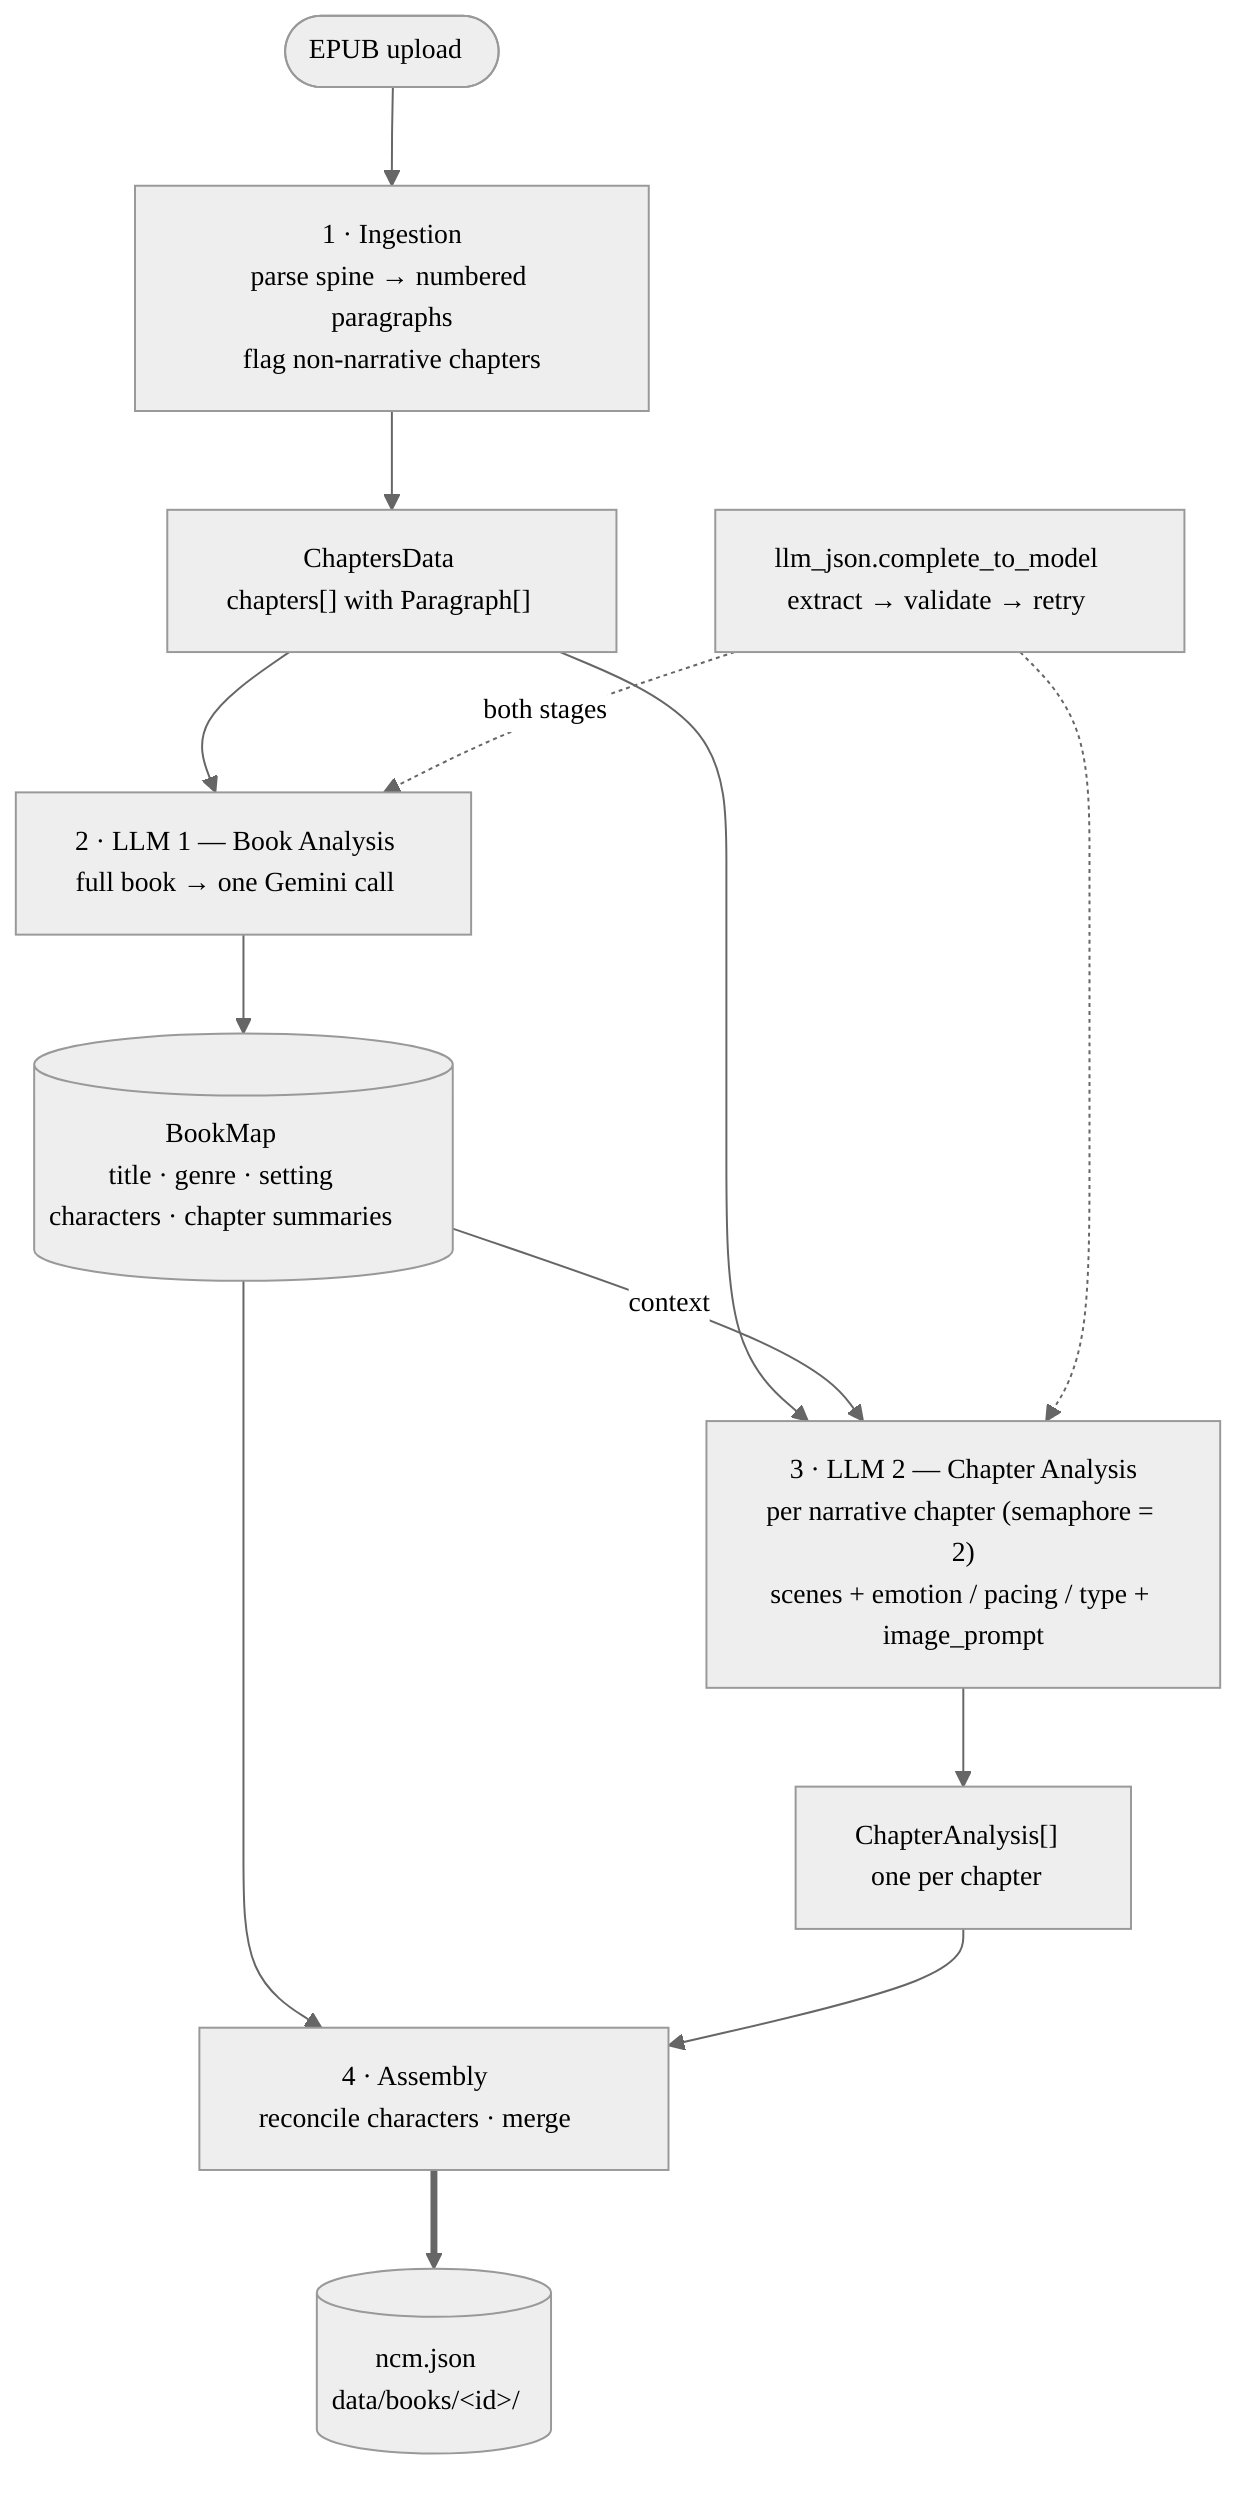
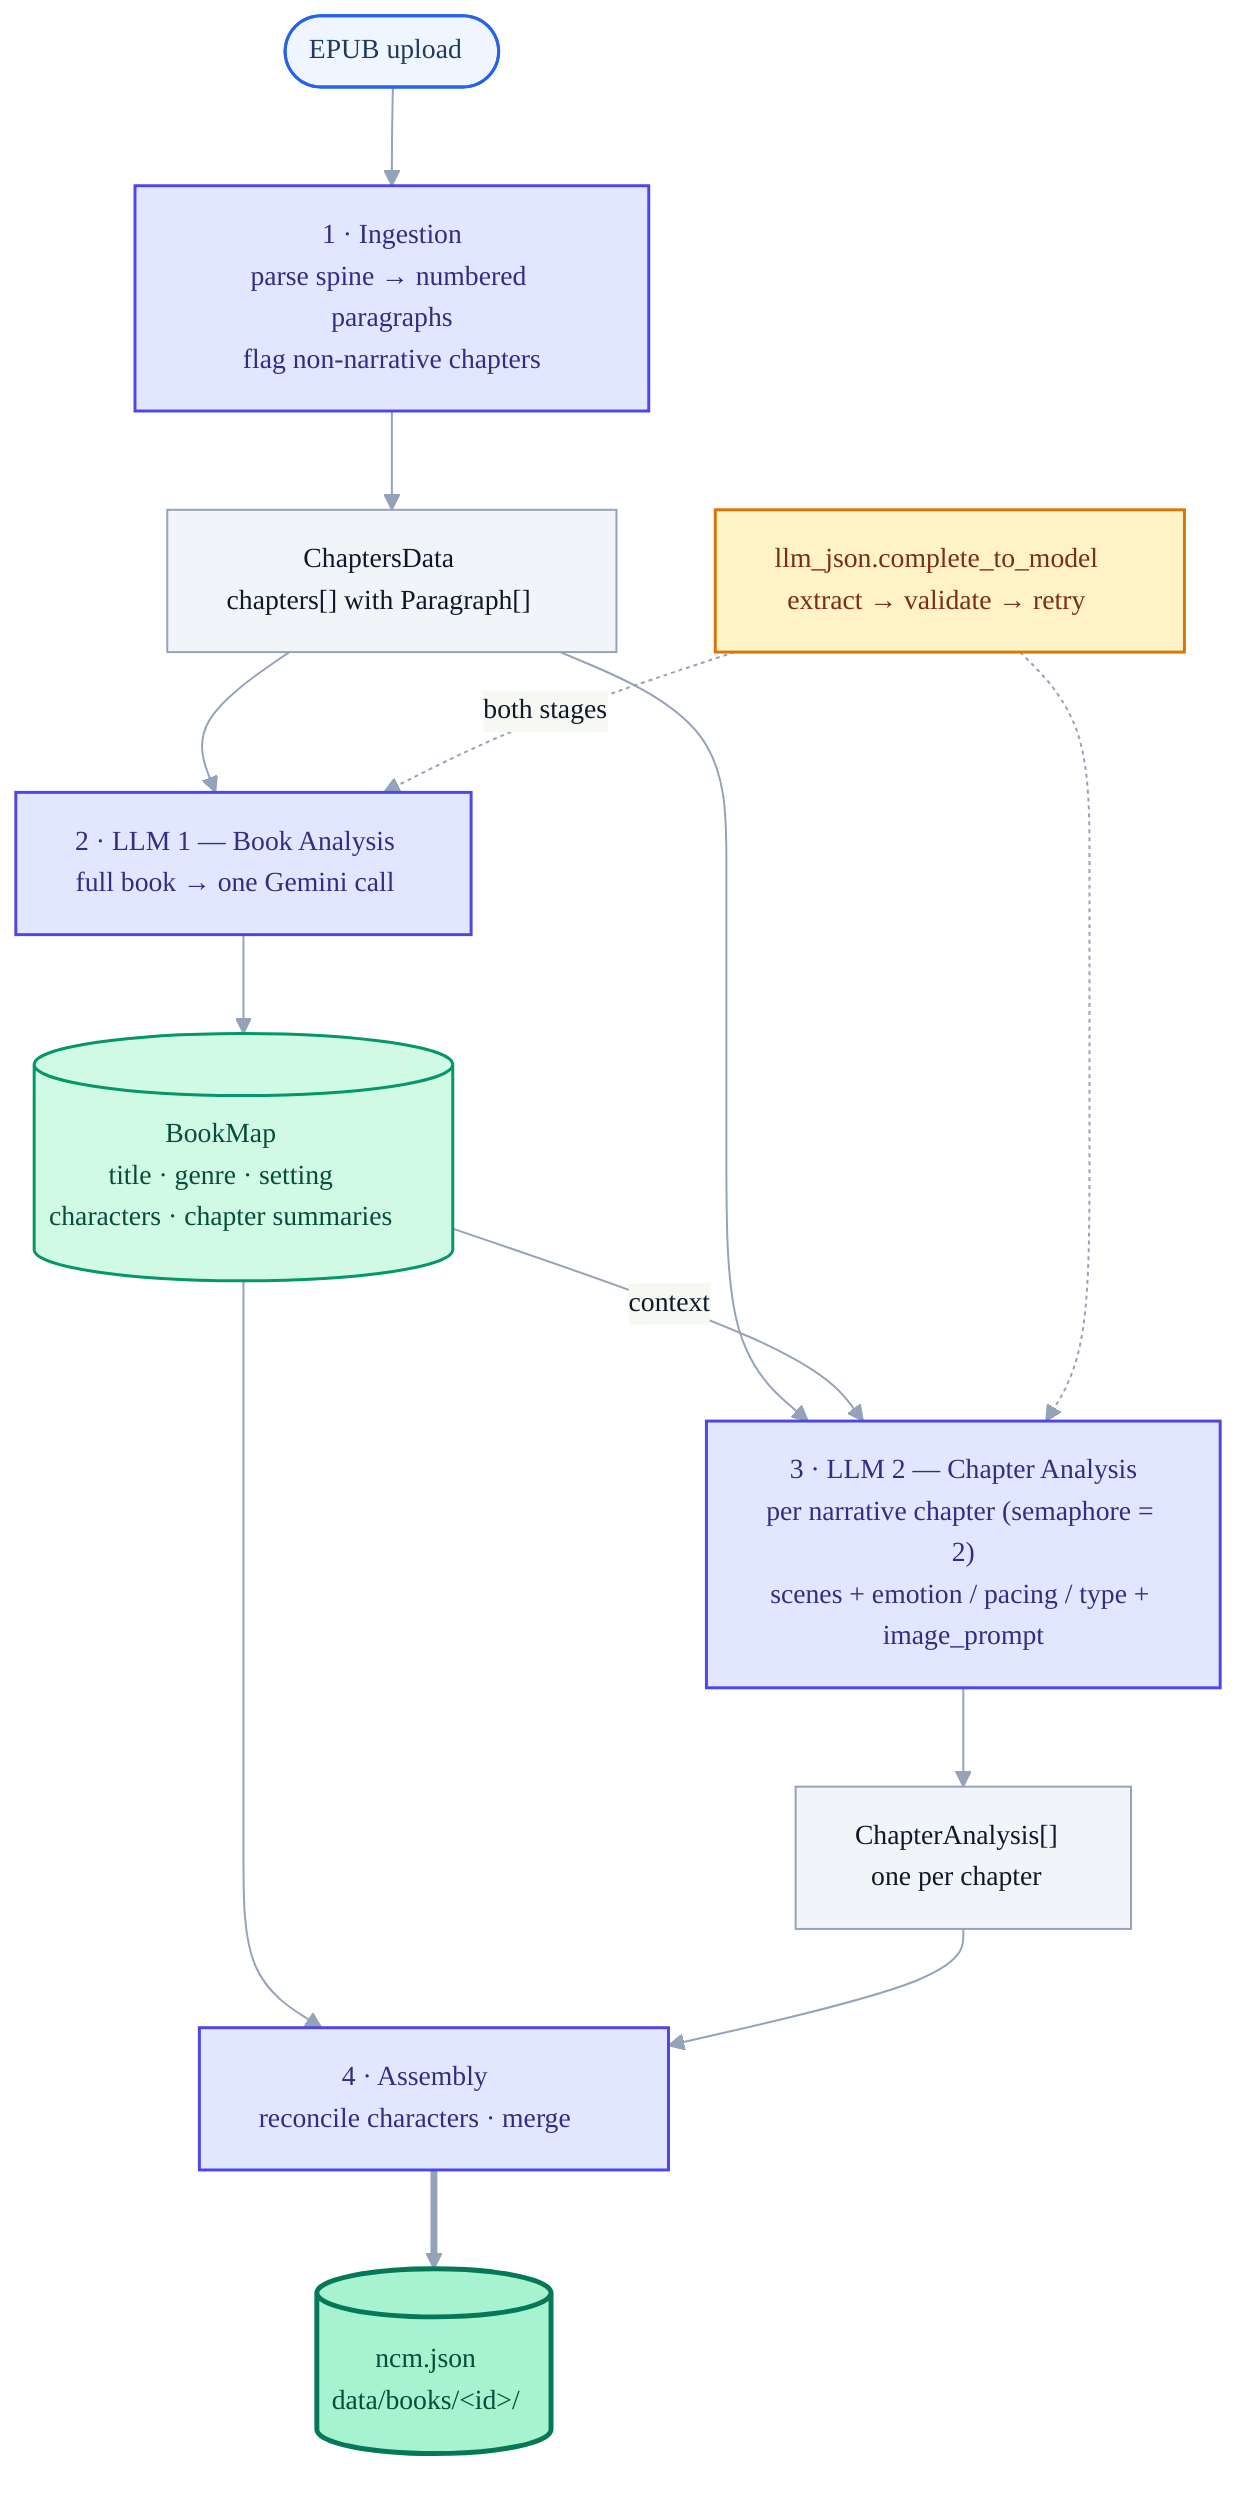
- %%{init: {'theme':'neutral','themeVariables':{'fontFamily':'system-ui, -apple-system, sans-serif','fontSize':'14px'}}}%%
+ %%{init: {'theme':'base','themeVariables':{'fontFamily':'system-ui, -apple-system, sans-serif','fontSize':'14px','lineColor':'#94a3b8','primaryColor':'#f1f5f9','primaryBorderColor':'#94a3b8','primaryTextColor':'#0f172a'}}}%%
flowchart TB
  EPUB(["EPUB upload"]) --> ING["1 · Ingestion<br/>parse spine → numbered paragraphs<br/>flag non-narrative chapters"]
  ING --> CD["ChaptersData<br/>chapters[] with Paragraph[]"]

  CD --> LLM1["2 · LLM 1 — Book Analysis<br/>full book → one Gemini call"]
  LLM1 --> BM[("BookMap<br/>title · genre · setting<br/>characters · chapter summaries")]

  CD --> LLM2["3 · LLM 2 — Chapter Analysis<br/>per narrative chapter (semaphore = 2)<br/>scenes + emotion / pacing / type + image_prompt"]
  BM -->|context| LLM2
  LLM2 --> CA["ChapterAnalysis[]<br/>one per chapter"]

  BM --> ASM["4 · Assembly<br/>reconcile characters · merge"]
  CA --> ASM
  ASM ==> NCM[("ncm.json<br/>data/books/&lt;id&gt;/")]

  LLMJSON["llm_json.complete_to_model<br/>extract → validate → retry"] -.->|both stages| LLM1
  LLMJSON -.-> LLM2
+ 
+   classDef input fill:#eff6ff,stroke:#2563eb,stroke-width:1.5px,color:#1e3a5f;
+   classDef stage fill:#e0e7ff,stroke:#4f46e5,stroke-width:1.5px,color:#312e81;
+   classDef data fill:#f1f5f9,stroke:#94a3b8,color:#0f172a;
+   classDef store fill:#d1fae5,stroke:#059669,stroke-width:1.5px,color:#064e3b;
+   classDef output fill:#a7f3d0,stroke:#047857,stroke-width:2.5px,color:#064e3b;
+   classDef helper fill:#fef3c7,stroke:#d97706,stroke-width:1.5px,color:#7c2d12;
+ 
+   class EPUB input;
+   class ING,LLM1,LLM2,ASM stage;
+   class CD,CA data;
+   class BM store;
+   class NCM output;
+   class LLMJSON helper;
